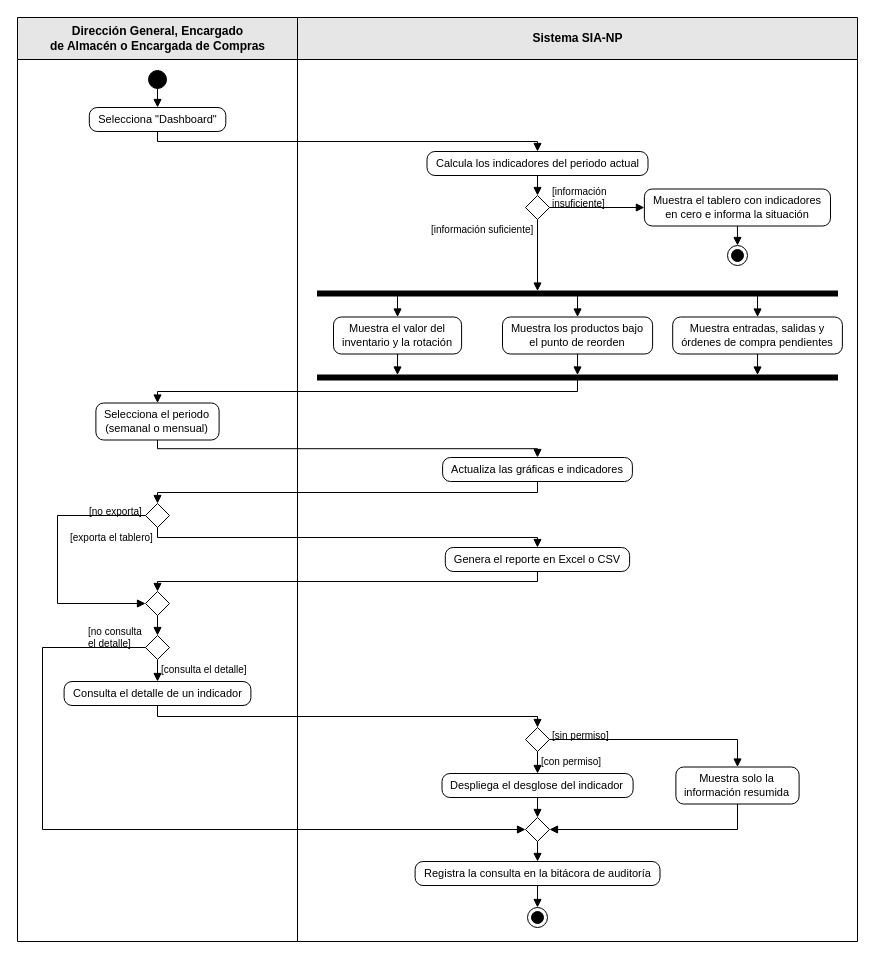
This is page "CU7. Visualizar Dashboard de KPIs" (7 of 8) of entregables/02-actividades/Diagramas_de_Actividad_SIA-NP.drawio from jmloz/SIA-NP, a draw.io file, before an edit. Source tidied: cells renumbered, new cells numbered last; positions are measured from the earlier drawing's top-left corner, leaving out a move shared by most shapes. Both pictures are drawn from the tidied source at 100%, with x=0, y=0 at pixel (17, 17).
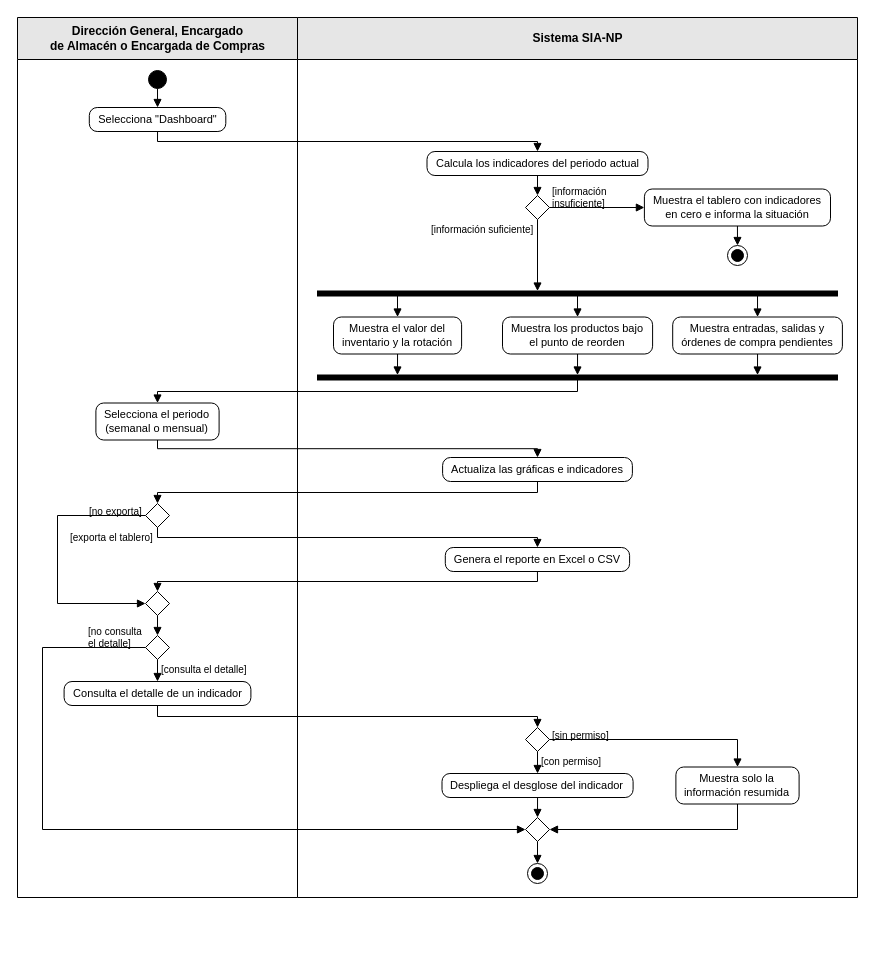
The same diagram, later.

Unchanged cells that the change refers to:
```xml
<mxCell id="25" style="rhombus;html=1;fillColor=#FFFFFF;strokeColor=#000000;" parent="3" vertex="1">
  <mxGeometry x="228" y="800" width="24" height="24" as="geometry" />
</mxCell>
```

Change to the diagram source:
```diff
@@
     <mxCell id="2" value="Dirección General, Encargado&lt;br&gt;de Almacén o Encargada de Compras" style="swimlane;html=1;startSize=42;horizontal=1;fillColor=#E6E6E6;swimlaneFillColor=#FFFFFF;strokeColor=#000000;fontStyle=1;fontSize=12;fontFamily=Arial;fontColor=#000000;" parent="1" vertex="1">
-      <mxGeometry width="280" height="924" as="geometry" />
+      <mxGeometry width="280" height="880" as="geometry" />
     </mxCell>
     <mxCell id="3" value="Sistema SIA-NP" style="swimlane;html=1;startSize=42;horizontal=1;fillColor=#E6E6E6;swimlaneFillColor=#FFFFFF;strokeColor=#000000;fontStyle=1;fontSize=12;fontFamily=Arial;fontColor=#000000;" parent="1" vertex="1">
-      <mxGeometry x="280" width="560" height="924" as="geometry" />
+      <mxGeometry x="280" width="560" height="880" as="geometry" />
     </mxCell>
@@
-    <mxCell id="26" value="Registra la consulta en la bitácora de auditoría" style="rounded=1;arcSize=33;whiteSpace=wrap;html=1;fillColor=#FFFFFF;strokeColor=#000000;fontSize=11;fontFamily=Arial;fontColor=#000000;" parent="3" vertex="1">
-      <mxGeometry x="117.6" y="844" width="244.9" height="24" as="geometry" />
-    </mxCell>
     <mxCell id="27" style="ellipse;html=1;shape=endState;fillColor=#000000;strokeColor=#000000;" parent="3" vertex="1">
-      <mxGeometry x="230" y="890" width="20" height="20" as="geometry" />
+      <mxGeometry x="230" y="846" width="20" height="20" as="geometry" />
     </mxCell>
@@
-    <mxCell id="62" style="edgeStyle=none;rounded=0;html=1;endArrow=block;endFill=1;endSize=6;strokeColor=#000000;exitX=0.5000;exitY=1.0000;exitDx=0;exitDy=0;exitPerimeter=0;entryX=0.5000;entryY=0.0000;entryDx=0;entryDy=0;entryPerimeter=0;fontFamily=Arial;fontColor=#000000;" parent="1" edge="1" source="25" target="26">
+    <mxCell id="62" style="edgeStyle=none;rounded=0;html=1;endArrow=block;endFill=1;endSize=6;strokeColor=#000000;exitX=0.5000;exitY=1.0000;exitDx=0;exitDy=0;exitPerimeter=0;entryX=0.5000;entryY=0.0000;entryDx=0;entryDy=0;entryPerimeter=0;fontFamily=Arial;fontColor=#000000;" parent="1" edge="1" source="25" target="27">
       <mxGeometry relative="1" as="geometry" />
     </mxCell>
-    <mxCell id="63" style="edgeStyle=none;rounded=0;html=1;endArrow=block;endFill=1;endSize=6;strokeColor=#000000;exitX=0.5000;exitY=1.0000;exitDx=0;exitDy=0;exitPerimeter=0;entryX=0.5000;entryY=0.0000;entryDx=0;entryDy=0;entryPerimeter=0;fontFamily=Arial;fontColor=#000000;" parent="1" edge="1" source="26" target="27">
-      <mxGeometry relative="1" as="geometry" />
-    </mxCell>
```
